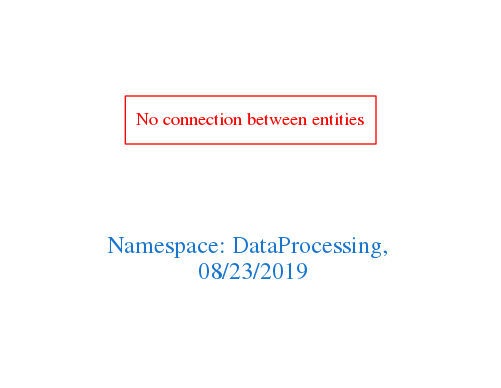
The Graphviz diagram downloads/DataProcessing.png in arago/OGIT, before a commit. Its source is kept beside it as downloads/DataProcessing.dot. The source it was exported from:
```dot
digraph OGIT_ontology {
 graph [ rankdir= LR,pad=1
fontsize = 18,
fontcolor= dodgerblue3,label = "\n\n\nNamespace: DataProcessing, \n 08/23/2019"];
node[shape=polygon];
edge [  color="gray81"];

"No connection between entities" [fontcolor = "red",color="red", shape="polygon"]
}
```
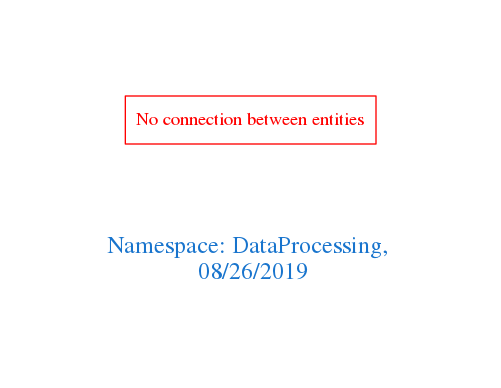
After the commit.

Diff of the diagram source:
```diff
@@ -1,7 +1,7 @@
 digraph OGIT_ontology {
  graph [ rankdir= LR,pad=1
 fontsize = 18,
-fontcolor= dodgerblue3,label = "\n\n\nNamespace: DataProcessing, \n 08/23/2019"];
+fontcolor= dodgerblue3,label = "\n\n\nNamespace: DataProcessing, \n 08/26/2019"];
 node[shape=polygon];
 edge [  color="gray81"];
 
```
